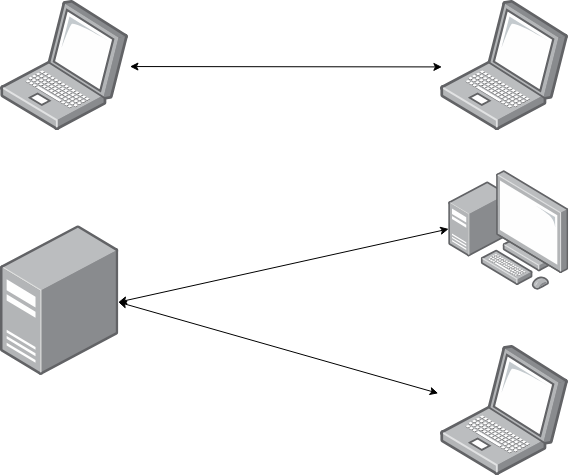
Above: images/ine_38_basically_unicast.png in volehuy1998/network-onboard (draw.io), before the change. Source tidied: cells renumbered, new cells last; positions are measured from the earlier drawing's top-left corner, leaving out a move shared by most shapes. Its diagram source:
```xml
<mxGraphModel>
  <root>
    <mxCell id="0" />
    <mxCell id="1" parent="0" />
    <mxCell id="2" style="image;points=[];html=1;align=center;shadow=0;dashed=0;image=img/lib/allied_telesis/computer_and_terminals/Laptop.svg;" parent="1" vertex="1">
      <mxGeometry width="128.2" height="130" as="geometry" />
    </mxCell>
    <mxCell id="3" style="image;points=[];html=1;align=center;shadow=0;dashed=0;image=img/lib/allied_telesis/computer_and_terminals/Laptop.svg;" parent="1" vertex="1">
      <mxGeometry x="440" width="128.2" height="130" as="geometry" />
    </mxCell>
    <mxCell id="4" style="image;points=[];html=1;align=center;shadow=0;dashed=0;image=img/lib/allied_telesis/computer_and_terminals/Server_Desktop.svg;" parent="1" vertex="1">
      <mxGeometry y="225" width="118.3" height="150" as="geometry" />
    </mxCell>
    <mxCell id="5" style="image;points=[];html=1;align=center;shadow=0;dashed=0;image=img/lib/allied_telesis/computer_and_terminals/Personal_Computer_with_Server.svg;" parent="1" vertex="1">
      <mxGeometry x="448.2" y="170" width="120" height="120" as="geometry" />
    </mxCell>
    <mxCell id="6" style="endArrow=classic;startArrow=classic;html=1;rounded=0;entryX=0.011;entryY=0.511;entryDx=0;entryDy=0;entryPerimeter=0;exitX=1.01;exitY=0.508;exitDx=0;exitDy=0;exitPerimeter=0;" parent="1" edge="1" source="2" target="3">
      <mxGeometry relative="1" as="geometry" />
    </mxCell>
    <mxCell id="7" style="endArrow=classic;startArrow=classic;html=1;rounded=0;entryX=0;entryY=0.487;entryDx=0;entryDy=0;entryPerimeter=0;exitX=0.996;exitY=0.511;exitDx=0;exitDy=0;exitPerimeter=0;" parent="1" edge="1" source="4" target="5">
      <mxGeometry relative="1" as="geometry" />
    </mxCell>
    <mxCell id="8" style="image;points=[];html=1;align=center;shadow=0;dashed=0;image=img/lib/allied_telesis/computer_and_terminals/Laptop.svg;" parent="1" vertex="1">
      <mxGeometry x="440" y="345" width="128.2" height="130" as="geometry" />
    </mxCell>
    <mxCell id="9" style="endArrow=classic;startArrow=classic;html=1;rounded=0;entryX=-0.018;entryY=0.368;entryDx=0;entryDy=0;entryPerimeter=0;exitX=0.996;exitY=0.511;exitDx=0;exitDy=0;exitPerimeter=0;" parent="1" edge="1" source="4" target="8">
      <mxGeometry relative="1" as="geometry" />
    </mxCell>
  </root>
</mxGraphModel>
```
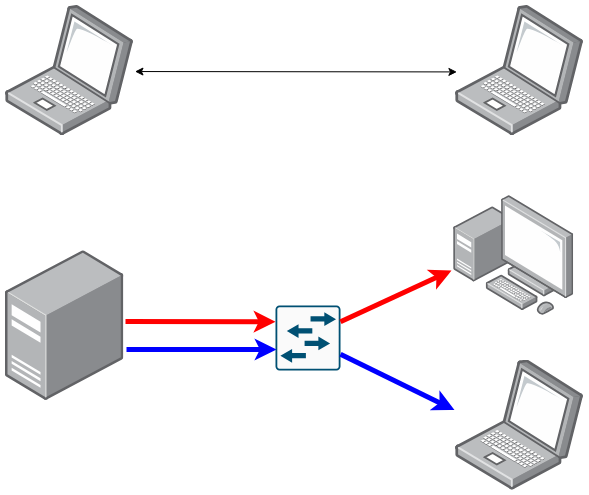
The same diagram one commit later.

Diff of the diagram source:
```diff
@@ -6,25 +6,37 @@
       <mxGeometry width="128.2" height="130" as="geometry" />
     </mxCell>
     <mxCell id="3" style="image;points=[];html=1;align=center;shadow=0;dashed=0;image=img/lib/allied_telesis/computer_and_terminals/Laptop.svg;" parent="1" vertex="1">
-      <mxGeometry x="440" width="128.2" height="130" as="geometry" />
+      <mxGeometry x="450" width="128.2" height="130" as="geometry" />
     </mxCell>
     <mxCell id="4" style="image;points=[];html=1;align=center;shadow=0;dashed=0;image=img/lib/allied_telesis/computer_and_terminals/Server_Desktop.svg;" parent="1" vertex="1">
-      <mxGeometry y="225" width="118.3" height="150" as="geometry" />
+      <mxGeometry y="245" width="118.3" height="150" as="geometry" />
     </mxCell>
     <mxCell id="5" style="image;points=[];html=1;align=center;shadow=0;dashed=0;image=img/lib/allied_telesis/computer_and_terminals/Personal_Computer_with_Server.svg;" parent="1" vertex="1">
-      <mxGeometry x="448.2" y="170" width="120" height="120" as="geometry" />
+      <mxGeometry x="448.2" y="190" width="120" height="120" as="geometry" />
     </mxCell>
     <mxCell id="6" style="endArrow=classic;startArrow=classic;html=1;rounded=0;entryX=0.011;entryY=0.511;entryDx=0;entryDy=0;entryPerimeter=0;exitX=1.01;exitY=0.508;exitDx=0;exitDy=0;exitPerimeter=0;" parent="1" edge="1" source="2" target="3">
       <mxGeometry relative="1" as="geometry" />
     </mxCell>
-    <mxCell id="7" style="endArrow=classic;startArrow=classic;html=1;rounded=0;entryX=0;entryY=0.487;entryDx=0;entryDy=0;entryPerimeter=0;exitX=0.996;exitY=0.511;exitDx=0;exitDy=0;exitPerimeter=0;" parent="1" edge="1" source="4" target="5">
-      <mxGeometry relative="1" as="geometry" />
-    </mxCell>
     <mxCell id="8" style="image;points=[];html=1;align=center;shadow=0;dashed=0;image=img/lib/allied_telesis/computer_and_terminals/Laptop.svg;" parent="1" vertex="1">
-      <mxGeometry x="440" y="345" width="128.2" height="130" as="geometry" />
+      <mxGeometry x="450" y="354.5" width="128.2" height="130" as="geometry" />
     </mxCell>
-    <mxCell id="9" style="endArrow=classic;startArrow=classic;html=1;rounded=0;entryX=-0.018;entryY=0.368;entryDx=0;entryDy=0;entryPerimeter=0;exitX=0.996;exitY=0.511;exitDx=0;exitDy=0;exitPerimeter=0;" parent="1" edge="1" source="4" target="8">
-      <mxGeometry relative="1" as="geometry" />
-    </mxCell>
+    <mxCell id="10" style="sketch=0;points=[[0.015,0.015,0],[0.985,0.015,0],[0.985,0.985,0],[0.015,0.985,0],[0.25,0,0],[0.5,0,0],[0.75,0,0],[1,0.25,0],[1,0.5,0],[1,0.75,0],[0.75,1,0],[0.5,1,0],[0.25,1,0],[0,0.75,0],[0,0.5,0],[0,0.25,0]];verticalLabelPosition=bottom;html=1;verticalAlign=top;align=center;shape=mxgraph.cisco19.rect;prIcon=l2_switch;fillColor=#FAFAFA;strokeColor=#005073;" parent="1" vertex="1">
+      <mxGeometry x="270" y="300" width="65" height="65" as="geometry" />
+    </mxCell>
+    <mxCell id="11" style="endArrow=classic;html=1;rounded=0;entryX=0;entryY=0.25;entryDx=0;entryDy=0;entryPerimeter=0;exitX=1.014;exitY=0.473;exitDx=0;exitDy=0;exitPerimeter=0;strokeColor=#FF0000;endFill=1;strokeWidth=5;" parent="1" edge="1" source="4" target="10">
+      <mxGeometry relative="1" as="geometry" />
+    </mxCell>
+    <mxCell id="12" style="endArrow=classic;html=1;rounded=0;entryX=-0.018;entryY=0.625;entryDx=0;entryDy=0;entryPerimeter=0;exitX=1;exitY=0.25;exitDx=0;exitDy=0;exitPerimeter=0;strokeColor=#FF0000;endFill=1;strokeWidth=5;" parent="1" edge="1" source="10" target="5">
+      <mxGeometry relative="1" as="geometry" />
+    </mxCell>
+    <mxCell id="13" style="endArrow=classic;html=1;rounded=0;entryX=0;entryY=0.25;entryDx=0;entryDy=0;entryPerimeter=0;exitX=1.014;exitY=0.473;exitDx=0;exitDy=0;exitPerimeter=0;strokeColor=#0000FF;endFill=1;strokeWidth=5;" parent="1" edge="1">
+      <mxGeometry relative="1" as="geometry">
+        <mxPoint x="121" y="344" as="sourcePoint" />
+        <mxPoint x="271" y="344" as="targetPoint" />
+      </mxGeometry>
+    </mxCell>
+    <mxCell id="14" style="endArrow=classic;html=1;rounded=0;entryX=-0.008;entryY=0.385;entryDx=0;entryDy=0;entryPerimeter=0;exitX=1;exitY=0.75;exitDx=0;exitDy=0;exitPerimeter=0;strokeColor=#0000FF;endFill=1;strokeWidth=5;" parent="1" edge="1" source="10" target="8">
+      <mxGeometry relative="1" as="geometry" />
+    </mxCell>
   </root>
 </mxGraphModel>
```
